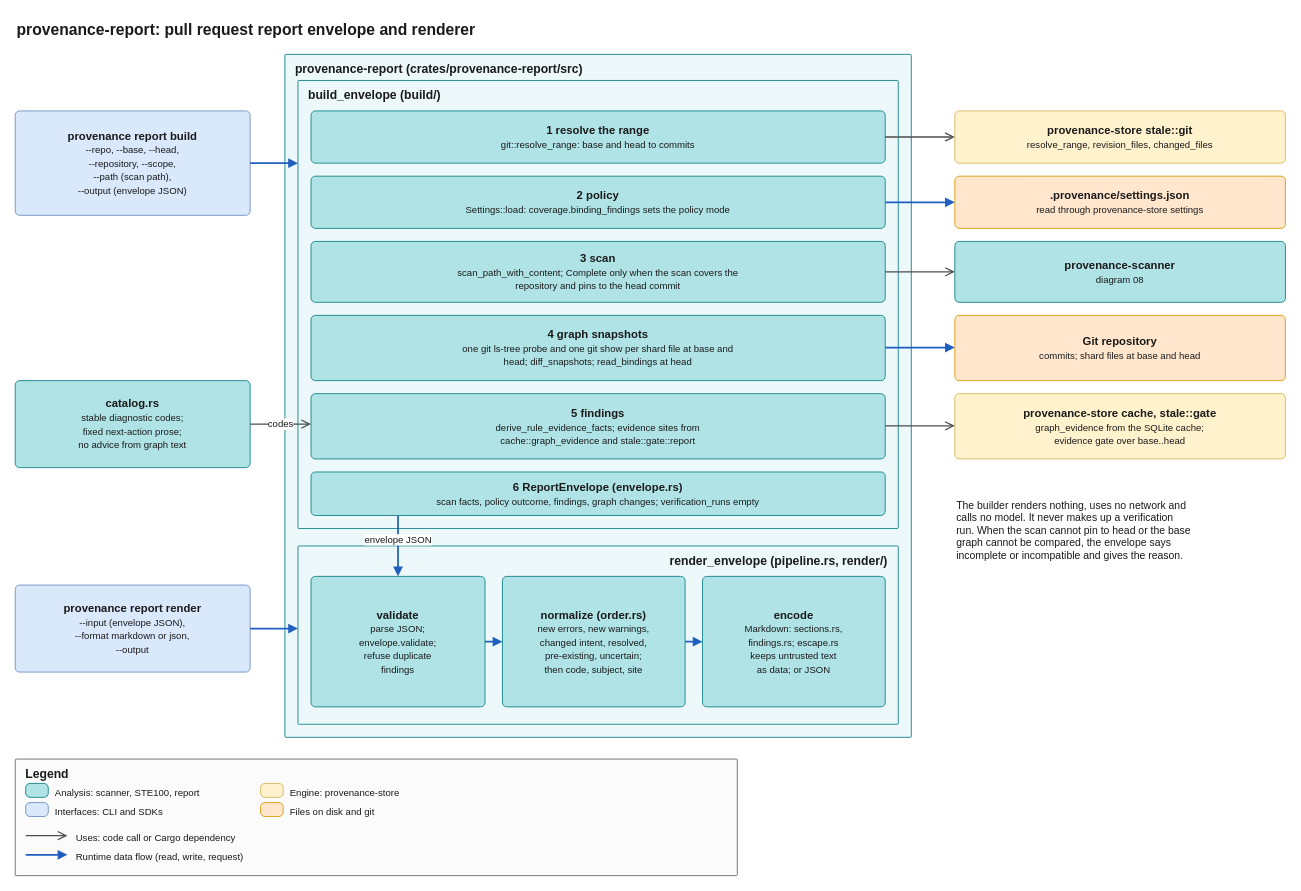
Before: docs/architecture/diagrams/09-report.drawio in quality-sh/provenance, a draw.io diagram. Source tidied: cells renumbered, new cells numbered last; positions are measured from the earlier drawing's top-left corner, leaving out a move shared by most shapes. Both pictures are drawn from the tidied source at 87%, with x=0, y=0 at pixel (15, 15).
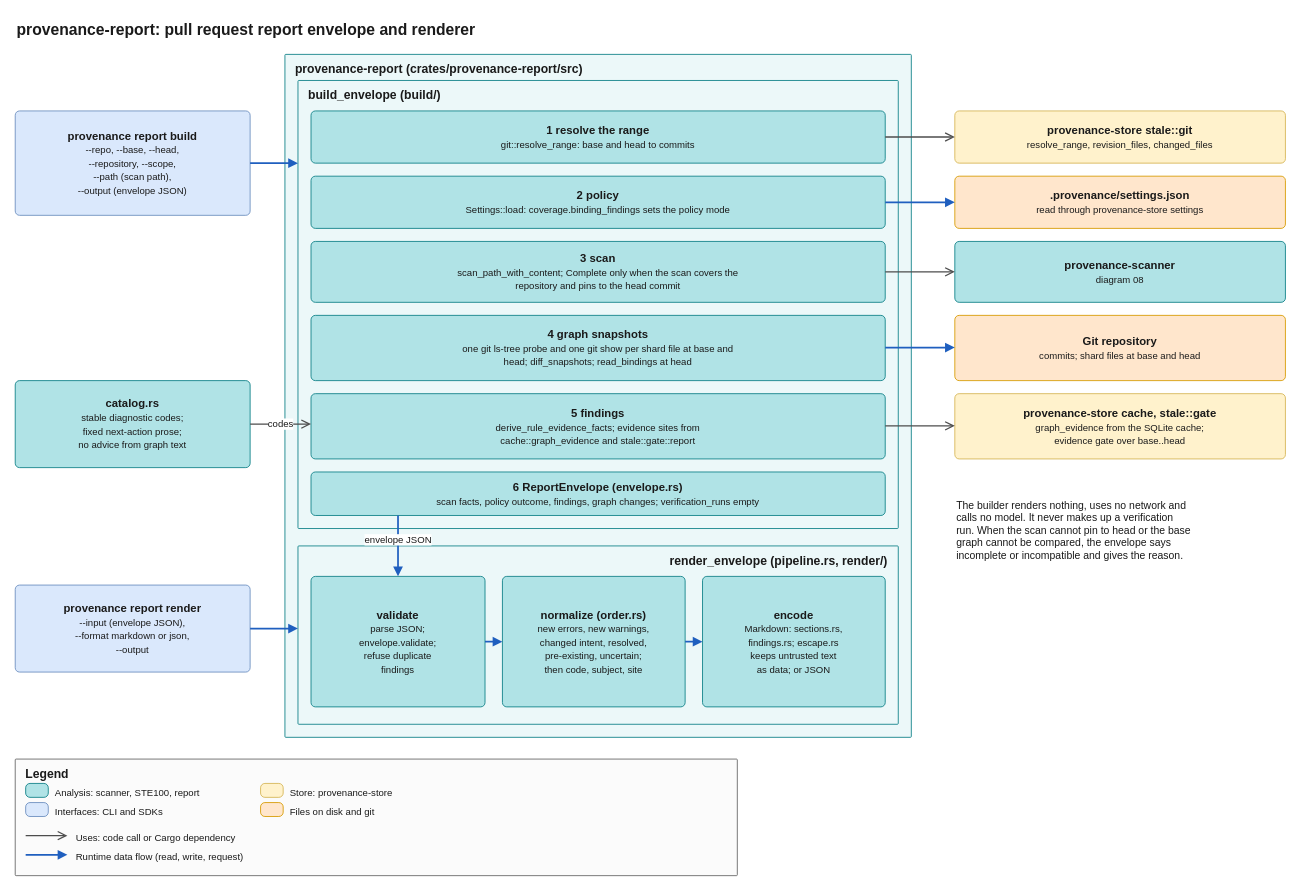
The same page after the edit.

Unchanged cells that the change refers to:
```xml
<mxCell id="24" value="Legend" style="rounded=1;arcSize=2;absoluteArcSize=1;whiteSpace=wrap;html=1;fillColor=#fbfbfb;strokeColor=#666666;verticalAlign=top;align=left;spacingLeft=10;spacingRight=10;spacingTop=2;fontStyle=1;fontSize=14;fontColor=#1a1a1a;" parent="1" vertex="1">
  <mxGeometry y="855" width="830" height="134" as="geometry" />
</mxCell>
```

Diff of the diagram source:
```diff
@@
-    <mxCell id="30" value="Engine: provenance-store" style="text;html=1;whiteSpace=wrap;align=left;verticalAlign=top;fontSize=11;fontColor=#1a1a1a;" parent="24" vertex="1">
+    <mxCell id="30" value="Store: provenance-store" style="text;html=1;whiteSpace=wrap;align=left;verticalAlign=top;fontSize=11;fontColor=#1a1a1a;" parent="24" vertex="1">
       <mxGeometry x="314" y="26" width="230" height="20" as="geometry" />
     </mxCell>
```
